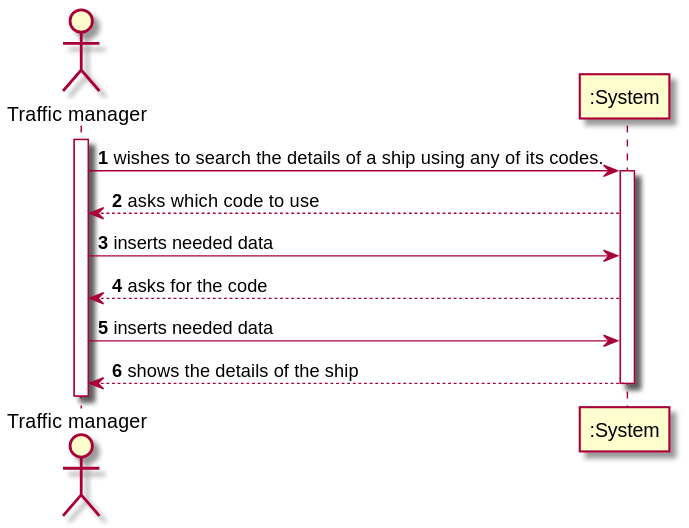
ana-albergaria/LAPR3-ISEP keeps this PlantUML diagram as docs/US102/US_102_SSD.svg. Above is the earlier version. Its diagram source:
```plantuml
@startuml

autonumber
actor "Traffic manager" as TM

activate TM
TM-> ":System" : wishes to search the details of a ship using any of its codes.
activate ":System"
":System" --> TM : asks which code to use
TM-> ":System" : inserts needed data
":System" --> TM : asks for the code
TM-> ":System" : inserts needed data
":System" --> TM : shows the details of the ship

deactivate ":System"

@enduml
```
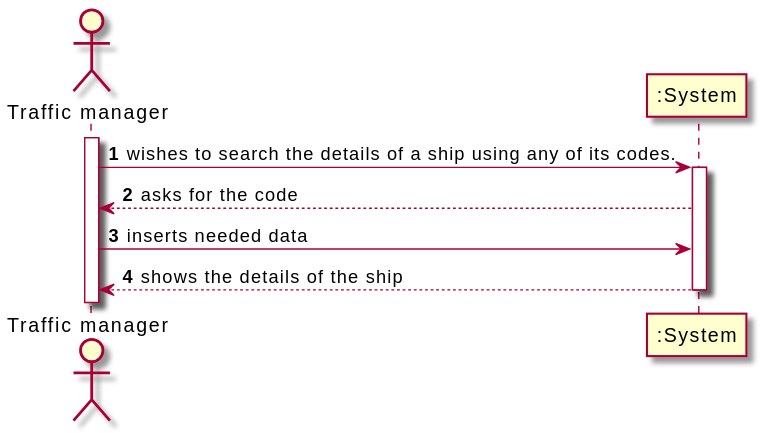
The same file after the commit.

The edit, as a diff of the source:
```diff
@@ -6,8 +6,7 @@
 activate TM
 TM-> ":System" : wishes to search the details of a ship using any of its codes.
 activate ":System"
-":System" --> TM : asks which code to use
-TM-> ":System" : inserts needed data
+
 ":System" --> TM : asks for the code
 TM-> ":System" : inserts needed data
 ":System" --> TM : shows the details of the ship
```
